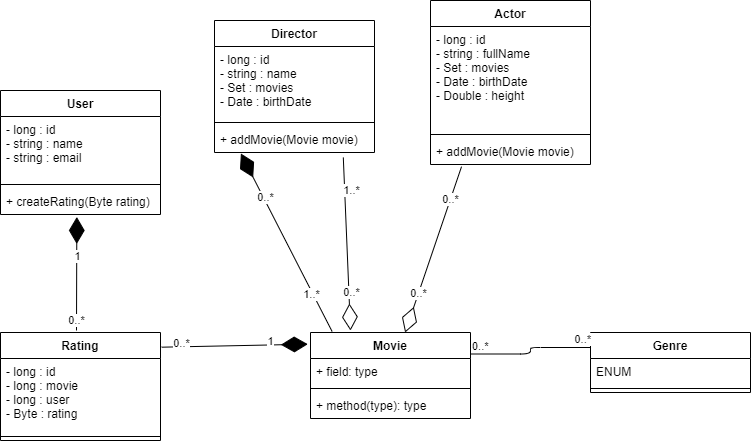
This is doc/class_diagram.png from xjurko/PA165_2021, a draw.io export, as it was before one commit. Source tidied: cells renumbered, new cells last; positions are measured from the earlier drawing's top-left corner, leaving out a move shared by most shapes. The source it was exported from:
```xml
<mxGraphModel>
  <root>
    <mxCell id="0" />
    <mxCell id="1" parent="0" />
    <mxCell id="2" value="Movie&#10;" style="swimlane;fontStyle=1;align=center;verticalAlign=top;horizontal=1;startSize=26;" parent="1" vertex="1">
      <mxGeometry x="310" y="332" width="160" height="86" as="geometry" />
    </mxCell>
    <mxCell id="3" value="+ field: type" style="text;strokeColor=none;fillColor=none;align=left;verticalAlign=top;spacingLeft=4;spacingRight=4;overflow=hidden;" parent="2" vertex="1">
      <mxGeometry y="26" width="160" height="26" as="geometry" />
    </mxCell>
    <mxCell id="4" style="line;strokeWidth=1;fillColor=none;align=left;verticalAlign=middle;spacingTop=-1;spacingLeft=3;spacingRight=3;labelPosition=right;" parent="2" vertex="1">
      <mxGeometry y="52" width="160" height="8" as="geometry" />
    </mxCell>
    <mxCell id="5" value="+ method(type): type" style="text;strokeColor=none;fillColor=none;align=left;verticalAlign=top;spacingLeft=4;spacingRight=4;overflow=hidden;" parent="2" vertex="1">
      <mxGeometry y="60" width="160" height="26" as="geometry" />
    </mxCell>
    <mxCell id="6" value="Genre" style="swimlane;fontStyle=1;align=center;verticalAlign=top;horizontal=1;startSize=26;" parent="1" vertex="1">
      <mxGeometry x="590" y="332" width="160" height="60" as="geometry" />
    </mxCell>
    <mxCell id="7" value="ENUM" style="text;strokeColor=none;fillColor=none;align=left;verticalAlign=top;spacingLeft=4;spacingRight=4;overflow=hidden;" parent="6" vertex="1">
      <mxGeometry y="26" width="160" height="26" as="geometry" />
    </mxCell>
    <mxCell id="8" style="line;strokeWidth=1;fillColor=none;align=left;verticalAlign=middle;spacingTop=-1;spacingLeft=3;spacingRight=3;labelPosition=right;" parent="6" vertex="1">
      <mxGeometry y="52" width="160" height="8" as="geometry" />
    </mxCell>
    <mxCell id="9" value="Rating" style="swimlane;fontStyle=1;align=center;verticalAlign=top;horizontal=1;startSize=26;" parent="1" vertex="1">
      <mxGeometry y="332" width="160" height="108" as="geometry" />
    </mxCell>
    <mxCell id="10" value="- long : id&#10;- long : movie&#10;- long : user&#10;- Byte : rating" style="text;strokeColor=none;fillColor=none;align=left;verticalAlign=top;spacingLeft=4;spacingRight=4;overflow=hidden;" parent="9" vertex="1">
      <mxGeometry y="26" width="160" height="74" as="geometry" />
    </mxCell>
    <mxCell id="11" style="line;strokeWidth=1;fillColor=none;align=left;verticalAlign=middle;spacingTop=-1;spacingLeft=3;spacingRight=3;labelPosition=right;" parent="9" vertex="1">
      <mxGeometry y="100" width="160" height="8" as="geometry" />
    </mxCell>
    <mxCell id="12" style="endArrow=diamondThin;endFill=1;endSize=24;html=1;exitX=1.007;exitY=0.136;exitDx=0;exitDy=0;exitPerimeter=0;entryX=-0.017;entryY=0.136;entryDx=0;entryDy=0;entryPerimeter=0;" parent="1" edge="1" source="9" target="2">
      <mxGeometry relative="1" as="geometry" />
    </mxCell>
    <mxCell id="13" value="1" style="edgeLabel;html=1;align=center;verticalAlign=middle;" parent="12" vertex="1">
      <mxGeometry x="0.47" y="-1" relative="1" as="geometry">
        <mxPoint y="-4.7" as="offset" />
      </mxGeometry>
    </mxCell>
    <mxCell id="14" value="0..*" style="edgeLabel;html=1;align=center;verticalAlign=middle;" parent="12" vertex="1">
      <mxGeometry x="-0.77" y="1" relative="1" as="geometry">
        <mxPoint x="2.3" y="-2.7" as="offset" />
      </mxGeometry>
    </mxCell>
    <mxCell id="15" style="endArrow=none;html=1;edgeStyle=orthogonalEdgeStyle;exitX=1;exitY=0.25;exitDx=0;exitDy=0;entryX=0;entryY=0.25;entryDx=0;entryDy=0;" parent="1" edge="1" source="2" target="6">
      <mxGeometry relative="1" as="geometry" />
    </mxCell>
    <mxCell id="16" value="0..*" style="edgeLabel;html=1;align=left;verticalAlign=bottom;" parent="15" vertex="1">
      <mxGeometry x="-1" relative="1" as="geometry" />
    </mxCell>
    <mxCell id="17" value="0..*" style="edgeLabel;html=1;align=right;verticalAlign=bottom;" parent="15" vertex="1">
      <mxGeometry x="1" relative="1" as="geometry" />
    </mxCell>
    <mxCell id="18" value="Actor&#10;" style="swimlane;fontStyle=1;align=center;verticalAlign=top;horizontal=1;startSize=26;" parent="1" vertex="1">
      <mxGeometry x="430" width="160" height="164" as="geometry" />
    </mxCell>
    <mxCell id="19" value="- long : id&#10;- string : fullName&#10;- Set : movies&#10;- Date : birthDate&#10;- Double : height" style="text;strokeColor=none;fillColor=none;align=left;verticalAlign=top;spacingLeft=4;spacingRight=4;overflow=hidden;" parent="18" vertex="1">
      <mxGeometry y="26" width="160" height="104" as="geometry" />
    </mxCell>
    <mxCell id="20" style="line;strokeWidth=1;fillColor=none;align=left;verticalAlign=middle;spacingTop=-1;spacingLeft=3;spacingRight=3;labelPosition=right;" parent="18" vertex="1">
      <mxGeometry y="130" width="160" height="8" as="geometry" />
    </mxCell>
    <mxCell id="21" value="+ addMovie(Movie movie)" style="text;strokeColor=none;fillColor=none;align=left;verticalAlign=top;spacingLeft=4;spacingRight=4;overflow=hidden;points=[[0,0.5],[1,0.5]];portConstraint=eastwest;" parent="18" vertex="1">
      <mxGeometry y="138" width="160" height="26" as="geometry" />
    </mxCell>
    <mxCell id="22" value="User" style="swimlane;fontStyle=1;align=center;verticalAlign=top;horizontal=1;startSize=26;" parent="1" vertex="1">
      <mxGeometry y="90" width="160" height="124" as="geometry" />
    </mxCell>
    <mxCell id="23" value="- long : id&#10;- string : name&#10;- string : email" style="text;strokeColor=none;fillColor=none;align=left;verticalAlign=top;spacingLeft=4;spacingRight=4;overflow=hidden;" parent="22" vertex="1">
      <mxGeometry y="26" width="160" height="64" as="geometry" />
    </mxCell>
    <mxCell id="24" style="line;strokeWidth=1;fillColor=none;align=left;verticalAlign=middle;spacingTop=-1;spacingLeft=3;spacingRight=3;labelPosition=right;" parent="22" vertex="1">
      <mxGeometry y="90" width="160" height="8" as="geometry" />
    </mxCell>
    <mxCell id="25" value="+ createRating(Byte rating)" style="text;strokeColor=none;fillColor=none;align=left;verticalAlign=top;spacingLeft=4;spacingRight=4;overflow=hidden;points=[[0,0.5],[1,0.5]];portConstraint=eastwest;" parent="22" vertex="1">
      <mxGeometry y="98" width="160" height="26" as="geometry" />
    </mxCell>
    <mxCell id="26" value="Director" style="swimlane;fontStyle=1;align=center;verticalAlign=top;horizontal=1;startSize=26;" parent="1" vertex="1">
      <mxGeometry x="214" y="20" width="160" height="132" as="geometry" />
    </mxCell>
    <mxCell id="27" value="- long : id&#10;- string : name&#10;- Set : movies&#10;- Date : birthDate" style="text;strokeColor=none;fillColor=none;align=left;verticalAlign=top;spacingLeft=4;spacingRight=4;overflow=hidden;" parent="26" vertex="1">
      <mxGeometry y="26" width="160" height="72" as="geometry" />
    </mxCell>
    <mxCell id="28" style="line;strokeWidth=1;fillColor=none;align=left;verticalAlign=middle;spacingTop=-1;spacingLeft=3;spacingRight=3;labelPosition=right;" parent="26" vertex="1">
      <mxGeometry y="98" width="160" height="8" as="geometry" />
    </mxCell>
    <mxCell id="29" value="+ addMovie(Movie movie)" style="text;strokeColor=none;fillColor=none;align=left;verticalAlign=top;spacingLeft=4;spacingRight=4;overflow=hidden;points=[[0,0.5],[1,0.5]];portConstraint=eastwest;" parent="26" vertex="1">
      <mxGeometry y="106" width="160" height="26" as="geometry" />
    </mxCell>
    <mxCell id="30" style="endArrow=diamondThin;endFill=1;endSize=24;html=1;entryX=0.477;entryY=1.095;entryDx=0;entryDy=0;entryPerimeter=0;" parent="1" edge="1" target="25">
      <mxGeometry relative="1" as="geometry">
        <mxPoint x="76" y="330" as="sourcePoint" />
      </mxGeometry>
    </mxCell>
    <mxCell id="31" value="1" style="edgeLabel;html=1;align=center;verticalAlign=middle;" parent="30" vertex="1">
      <mxGeometry x="0.32" relative="1" as="geometry" />
    </mxCell>
    <mxCell id="32" value="0..*" style="edgeLabel;html=1;align=center;verticalAlign=middle;" parent="30" vertex="1">
      <mxGeometry x="-0.82" y="1" relative="1" as="geometry" />
    </mxCell>
    <mxCell id="33" style="endArrow=diamondThin;endFill=0;endSize=24;html=1;exitX=0.805;exitY=1.192;exitDx=0;exitDy=0;exitPerimeter=0;" parent="1" edge="1" source="29">
      <mxGeometry relative="1" as="geometry">
        <mxPoint x="350" y="330" as="targetPoint" />
      </mxGeometry>
    </mxCell>
    <mxCell id="34" value="0..*" style="edgeLabel;html=1;align=center;verticalAlign=middle;" parent="33" vertex="1">
      <mxGeometry x="0.56" y="2" relative="1" as="geometry" />
    </mxCell>
    <mxCell id="35" value="1..*" style="edgeLabel;html=1;align=center;verticalAlign=middle;" parent="33" vertex="1">
      <mxGeometry x="-0.8" relative="1" as="geometry">
        <mxPoint x="7" y="14.8" as="offset" />
      </mxGeometry>
    </mxCell>
    <mxCell id="36" style="endArrow=diamondThin;endFill=0;endSize=24;html=1;exitX=0.194;exitY=1.082;exitDx=0;exitDy=0;exitPerimeter=0;" parent="1" edge="1" source="21" target="2">
      <mxGeometry relative="1" as="geometry" />
    </mxCell>
    <mxCell id="37" value="&lt;span style=&quot;color: rgba(0 , 0 , 0 , 0) ; font-family: monospace ; font-size: 0px ; background-color: rgb(248 , 249 , 250)&quot;&gt;%3CmxGraphModel%3E%3Croot%3E%3CmxCell%20id%3D%220%22%2F%3E%3CmxCell%20id%3D%221%22%20parent%3D%220%22%2F%3E%3CmxCell%20id%3D%222%22%20value%3D%221..*%22%20style%3D%22edgeLabel%3Bhtml%3D1%3Balign%3Dcenter%3BverticalAlign%3Dmiddle%3Bresizable%3D0%3Bpoints%3D%5B%5D%3B%22%20vertex%3D%221%22%20connectable%3D%220%22%20parent%3D%221%22%3E%3CmxGeometry%20x%3D%22541.2848804913181%22%20y%3D%22214.32334438961198%22%20as%3D%22geometry%22%2F%3E%3C%2FmxCell%3E%3C%2Froot%3E%3C%2FmxGraphModel%3E&lt;/span&gt;" style="edgeLabel;html=1;align=center;verticalAlign=middle;" parent="36" vertex="1">
      <mxGeometry x="-0.77" relative="1" as="geometry" />
    </mxCell>
    <mxCell id="38" value="0..*" style="edgeLabel;html=1;align=center;verticalAlign=middle;" parent="36" vertex="1">
      <mxGeometry x="-0.83" y="1" relative="1" as="geometry">
        <mxPoint x="-7.3" y="17.9" as="offset" />
      </mxGeometry>
    </mxCell>
    <mxCell id="39" value="0..*" style="edgeLabel;html=1;align=center;verticalAlign=middle;" parent="36" vertex="1">
      <mxGeometry x="0.53" relative="1" as="geometry" />
    </mxCell>
    <mxCell id="40" style="endArrow=diamondThin;endFill=1;endSize=24;html=1;exitX=0.135;exitY=-0.012;exitDx=0;exitDy=0;exitPerimeter=0;entryX=0.165;entryY=1.038;entryDx=0;entryDy=0;entryPerimeter=0;" parent="1" edge="1" source="2" target="29">
      <mxGeometry relative="1" as="geometry" />
    </mxCell>
    <mxCell id="41" value="0..*" style="edgeLabel;html=1;align=center;verticalAlign=middle;" parent="40" vertex="1">
      <mxGeometry x="0.5" y="-2" relative="1" as="geometry" />
    </mxCell>
    <mxCell id="42" value="1..*" style="edgeLabel;html=1;align=center;verticalAlign=middle;" parent="40" vertex="1">
      <mxGeometry x="-0.57" y="2" relative="1" as="geometry" />
    </mxCell>
  </root>
</mxGraphModel>
```
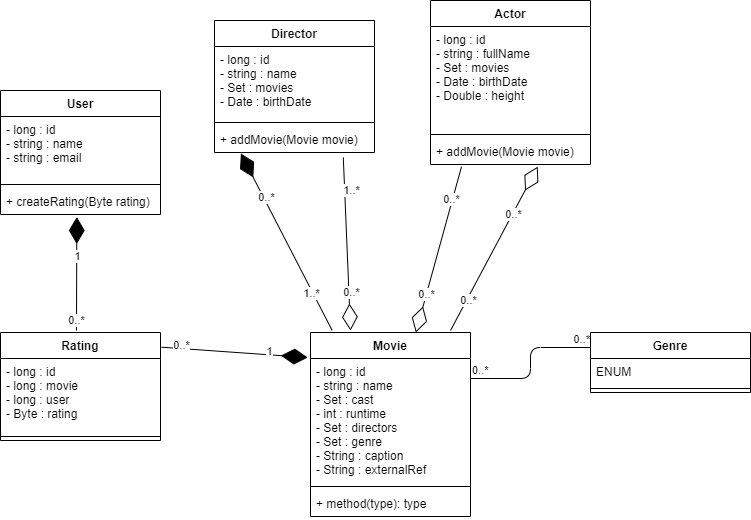
After the change.

Commit message:
adding director entity and dao + class diagram

Diff of the diagram source:
```diff
@@ -3,16 +3,16 @@
     <mxCell id="0" />
     <mxCell id="1" parent="0" />
     <mxCell id="2" value="Movie&#10;" style="swimlane;fontStyle=1;align=center;verticalAlign=top;horizontal=1;startSize=26;" parent="1" vertex="1">
-      <mxGeometry x="310" y="332" width="160" height="86" as="geometry" />
+      <mxGeometry x="310" y="332" width="160" height="184" as="geometry" />
     </mxCell>
-    <mxCell id="3" value="+ field: type" style="text;strokeColor=none;fillColor=none;align=left;verticalAlign=top;spacingLeft=4;spacingRight=4;overflow=hidden;" parent="2" vertex="1">
-      <mxGeometry y="26" width="160" height="26" as="geometry" />
+    <mxCell id="3" value="- long : id&#10;- string : name&#10;- Set : cast&#10;- int : runtime&#10;- Set : directors&#10;- Set : genre&#10;- String : caption&#10;- String : externalRef" style="text;strokeColor=none;fillColor=none;align=left;verticalAlign=top;spacingLeft=4;spacingRight=4;overflow=hidden;" parent="2" vertex="1">
+      <mxGeometry y="26" width="160" height="124" as="geometry" />
     </mxCell>
     <mxCell id="4" style="line;strokeWidth=1;fillColor=none;align=left;verticalAlign=middle;spacingTop=-1;spacingLeft=3;spacingRight=3;labelPosition=right;" parent="2" vertex="1">
-      <mxGeometry y="52" width="160" height="8" as="geometry" />
+      <mxGeometry y="150" width="160" height="8" as="geometry" />
     </mxCell>
     <mxCell id="5" value="+ method(type): type" style="text;strokeColor=none;fillColor=none;align=left;verticalAlign=top;spacingLeft=4;spacingRight=4;overflow=hidden;" parent="2" vertex="1">
-      <mxGeometry y="60" width="160" height="26" as="geometry" />
+      <mxGeometry y="158" width="160" height="26" as="geometry" />
     </mxCell>
     <mxCell id="6" value="Genre" style="swimlane;fontStyle=1;align=center;verticalAlign=top;horizontal=1;startSize=26;" parent="1" vertex="1">
       <mxGeometry x="590" y="332" width="160" height="60" as="geometry" />
@@ -137,5 +137,18 @@
     <mxCell id="42" value="1..*" style="edgeLabel;html=1;align=center;verticalAlign=middle;" parent="40" vertex="1">
       <mxGeometry x="-0.57" y="2" relative="1" as="geometry" />
     </mxCell>
+    <mxCell id="43" style="endArrow=diamondThin;endFill=0;endSize=24;html=1;entryX=0.67;entryY=1.085;entryDx=0;entryDy=0;entryPerimeter=0;" parent="1" edge="1" target="21">
+      <mxGeometry relative="1" as="geometry">
+        <mxPoint x="450" y="330" as="sourcePoint" />
+      </mxGeometry>
+    </mxCell>
+    <mxCell id="44" value="0..*" style="edgeLabel;html=1;align=center;verticalAlign=middle;" parent="43" vertex="1">
+      <mxGeometry x="0.42" y="-1" relative="1" as="geometry" />
+    </mxCell>
+    <mxCell id="45" value="0..*" style="edgeLabel;html=1;align=center;verticalAlign=middle;" parent="43" vertex="1">
+      <mxGeometry x="-0.63" y="-2" relative="1" as="geometry">
+        <mxPoint y="-1" as="offset" />
+      </mxGeometry>
+    </mxCell>
   </root>
 </mxGraphModel>
```
